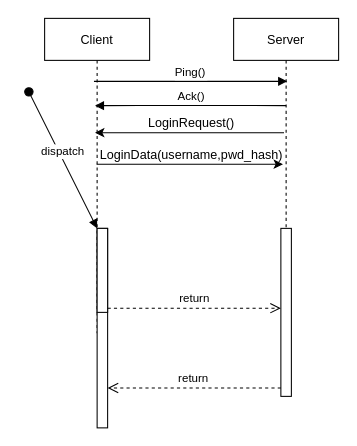
egyangel/ing-sw-2021-esas-mauri-madhkour-elsheshtawi keeps this draw.io diagram as deliveries/uml/Untitled Diagram.drawio. Above is the earlier version. Source tidied: cells renumbered, new cells numbered last; positions are measured from the earlier drawing's top-left corner, leaving out a move shared by most shapes. Both pictures are drawn from the tidied source at 105%, with x=0, y=0 at pixel (28, 18).
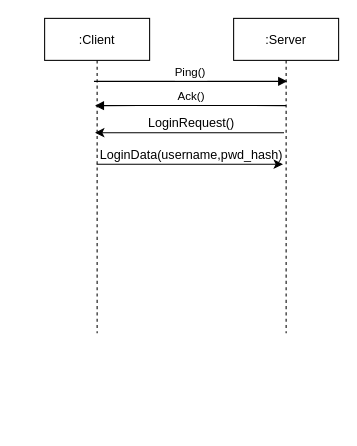
After the change.

What changed in the source:
```diff
@@
 <mxGraphModel>
   <root>
     <mxCell id="0" />
     <mxCell id="1" parent="0" />
-    <mxCell id="2" value="Client" style="shape=umlLifeline;perimeter=lifelinePerimeter;rounded=0;shadow=0;strokeWidth=1;" parent="1" vertex="1">
+    <mxCell id="2" value=":Client" style="shape=umlLifeline;perimeter=lifelinePerimeter;rounded=0;shadow=0;strokeWidth=1;" parent="1" vertex="1">
       <mxGeometry x="15" width="100" height="300" as="geometry" />
     </mxCell>
-    <mxCell id="3" style="points=[];perimeter=orthogonalPerimeter;rounded=0;shadow=0;strokeWidth=1;" parent="2" vertex="1">
-      <mxGeometry x="50" y="200" width="10" height="190" as="geometry" />
-    </mxCell>
-    <mxCell id="4" value="dispatch" style="verticalAlign=bottom;startArrow=oval;endArrow=block;startSize=8;shadow=0;strokeWidth=1;" parent="2" edge="1" target="3">
-      <mxGeometry relative="1" as="geometry">
-        <mxPoint x="-15" y="70" as="sourcePoint" />
-      </mxGeometry>
-    </mxCell>
-    <mxCell id="5" style="points=[];perimeter=orthogonalPerimeter;rounded=0;shadow=0;strokeWidth=1;" parent="2" vertex="1">
-      <mxGeometry x="50" y="200" width="10" height="80" as="geometry" />
-    </mxCell>
-    <mxCell id="6" value="Server" style="shape=umlLifeline;perimeter=lifelinePerimeter;rounded=0;shadow=0;strokeWidth=1;" parent="1" vertex="1">
+    <mxCell id="6" value=":Server" style="shape=umlLifeline;perimeter=lifelinePerimeter;rounded=0;shadow=0;strokeWidth=1;" parent="1" vertex="1">
       <mxGeometry x="195" width="100" height="300" as="geometry" />
     </mxCell>
-    <mxCell id="7" style="points=[];perimeter=orthogonalPerimeter;rounded=0;shadow=0;strokeWidth=1;" parent="6" vertex="1">
-      <mxGeometry x="45" y="200" width="10" height="160" as="geometry" />
-    </mxCell>
-    <mxCell id="8" value="return" style="verticalAlign=bottom;endArrow=open;dashed=1;endSize=8;exitX=0;exitY=0.95;shadow=0;strokeWidth=1;" parent="1" edge="1" source="7" target="3">
-      <mxGeometry relative="1" as="geometry" />
-    </mxCell>
     <mxCell id="9" value="Ping()" style="verticalAlign=bottom;endArrow=block;entryX=0.51;entryY=0.2;shadow=0;strokeWidth=1;exitX=0.47;exitY=0.2;exitDx=0;exitDy=0;exitPerimeter=0;entryDx=0;entryDy=0;entryPerimeter=0;" parent="1" edge="1" source="2" target="6">
       <mxGeometry relative="1" as="geometry" />
     </mxCell>
     <mxCell id="10" value="Ack()" style="verticalAlign=bottom;endArrow=block;shadow=0;strokeWidth=1;entryX=0.48;entryY=0.277;entryDx=0;entryDy=0;entryPerimeter=0;exitX=0.5;exitY=0.277;exitDx=0;exitDy=0;exitPerimeter=0;" parent="1" edge="1" source="6" target="2">
       <mxGeometry x="-0.01" relative="1" as="geometry">
         <Array as="points">
           <mxPoint x="195" y="83" />
           <mxPoint x="155" y="83" />
           <mxPoint x="115" y="83" />
         </Array>
       </mxGeometry>
     </mxCell>
-    <mxCell id="11" value="return" style="verticalAlign=bottom;endArrow=open;dashed=1;endSize=8;exitX=1;exitY=0.95;shadow=0;strokeWidth=1;" parent="1" edge="1" source="5" target="7">
-      <mxGeometry relative="1" as="geometry" />
-    </mxCell>
     <mxCell id="12" style="endArrow=classic;html=1;exitX=0.48;exitY=0.363;exitDx=0;exitDy=0;exitPerimeter=0;entryX=0.48;entryY=0.363;entryDx=0;entryDy=0;entryPerimeter=0;" parent="1" edge="1" source="6" target="2">
       <mxGeometry relative="1" as="geometry" />
     </mxCell>
     <mxCell id="13" value="LoginRequest()" style="text;html=1;strokeColor=none;fillColor=none;align=center;verticalAlign=middle;whiteSpace=wrap;rounded=0;" parent="1" vertex="1">
       <mxGeometry x="135" y="90" width="40" height="20" as="geometry" />
     </mxCell>
     <mxCell id="14" style="endArrow=classic;html=1;entryX=0.47;entryY=0.463;entryDx=0;entryDy=0;entryPerimeter=0;" parent="1" edge="1" source="2" target="6">
       <mxGeometry relative="1" as="geometry" />
     </mxCell>
     <mxCell id="15" value="LoginData(username,pwd_hash)" style="text;html=1;strokeColor=none;fillColor=none;align=center;verticalAlign=middle;whiteSpace=wrap;rounded=0;" parent="1" vertex="1">
       <mxGeometry x="135" y="120" width="40" height="20" as="geometry" />
     </mxCell>
   </root>
 </mxGraphModel>
```
